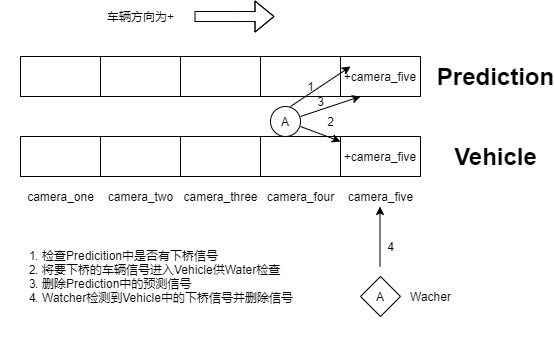
The draw.io diagram image/QuitBridge.png in JosiahDan/danger-goods-vehicle, before a commit. Source tidied: cells renumbered, new cells last; positions are measured from the earlier drawing's top-left corner, leaving out a move shared by most shapes. Its diagram source:
```xml
<mxGraphModel>
  <root>
    <mxCell id="0" />
    <mxCell id="1" parent="0" />
    <mxCell id="2" style="rounded=0;whiteSpace=wrap;html=1;" parent="1" vertex="1">
      <mxGeometry x="20" y="50" width="80" height="40" as="geometry" />
    </mxCell>
    <mxCell id="3" style="rounded=0;whiteSpace=wrap;html=1;" parent="1" vertex="1">
      <mxGeometry x="100" y="50" width="80" height="40" as="geometry" />
    </mxCell>
    <mxCell id="4" style="rounded=0;whiteSpace=wrap;html=1;" parent="1" vertex="1">
      <mxGeometry x="180" y="50" width="80" height="40" as="geometry" />
    </mxCell>
    <mxCell id="5" style="rounded=0;whiteSpace=wrap;html=1;" parent="1" vertex="1">
      <mxGeometry x="260" y="50" width="80" height="40" as="geometry" />
    </mxCell>
    <mxCell id="6" value="+camera_five" style="rounded=0;whiteSpace=wrap;html=1;" parent="1" vertex="1">
      <mxGeometry x="340" y="50" width="80" height="40" as="geometry" />
    </mxCell>
    <mxCell id="7" value="Prediction&lt;br&gt;" style="text;strokeColor=none;fillColor=none;html=1;fontSize=24;fontStyle=1;verticalAlign=middle;align=center;" parent="1" vertex="1">
      <mxGeometry x="470" y="55" width="50" height="30" as="geometry" />
    </mxCell>
    <mxCell id="8" style="rounded=0;whiteSpace=wrap;html=1;" parent="1" vertex="1">
      <mxGeometry x="20" y="130" width="80" height="40" as="geometry" />
    </mxCell>
    <mxCell id="9" style="rounded=0;whiteSpace=wrap;html=1;" parent="1" vertex="1">
      <mxGeometry x="100" y="130" width="80" height="40" as="geometry" />
    </mxCell>
    <mxCell id="10" style="rounded=0;whiteSpace=wrap;html=1;" parent="1" vertex="1">
      <mxGeometry x="180" y="130" width="80" height="40" as="geometry" />
    </mxCell>
    <mxCell id="11" style="rounded=0;whiteSpace=wrap;html=1;" parent="1" vertex="1">
      <mxGeometry x="260" y="130" width="80" height="40" as="geometry" />
    </mxCell>
    <mxCell id="12" value="+camera_five" style="rounded=0;whiteSpace=wrap;html=1;" parent="1" vertex="1">
      <mxGeometry x="340" y="130" width="80" height="40" as="geometry" />
    </mxCell>
    <mxCell id="13" value="Vehicle" style="text;strokeColor=none;fillColor=none;html=1;fontSize=24;fontStyle=1;verticalAlign=middle;align=center;" parent="1" vertex="1">
      <mxGeometry x="445" y="130" width="100" height="40" as="geometry" />
    </mxCell>
    <mxCell id="14" style="shape=flexArrow;endArrow=classic;html=1;" parent="1" edge="1">
      <mxGeometry relative="1" as="geometry">
        <mxPoint x="194" y="10" as="sourcePoint" />
        <mxPoint x="274" y="10" as="targetPoint" />
        <Array as="points">
          <mxPoint x="234" y="10" />
        </Array>
      </mxGeometry>
    </mxCell>
    <mxCell id="15" value="camera_one" style="text;html=1;align=center;verticalAlign=middle;strokeColor=none;fillColor=none;" parent="1" vertex="1">
      <mxGeometry x="20" y="180" width="80" height="20" as="geometry" />
    </mxCell>
    <mxCell id="16" value="camera_two" style="text;html=1;align=center;verticalAlign=middle;strokeColor=none;fillColor=none;" parent="1" vertex="1">
      <mxGeometry x="100" y="180" width="80" height="20" as="geometry" />
    </mxCell>
    <mxCell id="17" value="camera_three" style="text;html=1;align=center;verticalAlign=middle;strokeColor=none;fillColor=none;" parent="1" vertex="1">
      <mxGeometry x="175" y="180" width="90" height="20" as="geometry" />
    </mxCell>
    <mxCell id="18" value="camera_four" style="text;html=1;align=center;verticalAlign=middle;strokeColor=none;fillColor=none;" parent="1" vertex="1">
      <mxGeometry x="260" y="180" width="80" height="20" as="geometry" />
    </mxCell>
    <mxCell id="19" value="camera_five" style="text;html=1;align=center;verticalAlign=middle;strokeColor=none;fillColor=none;" parent="1" vertex="1">
      <mxGeometry x="340" y="180" width="80" height="20" as="geometry" />
    </mxCell>
    <mxCell id="20" value="车辆方向为+" style="text;html=1;align=center;verticalAlign=middle;strokeColor=none;fillColor=none;" parent="1" vertex="1">
      <mxGeometry x="100" width="80" height="20" as="geometry" />
    </mxCell>
    <mxCell id="21" value="A" style="ellipse;whiteSpace=wrap;html=1;" parent="1" vertex="1">
      <mxGeometry x="270" y="100" width="30" height="30" as="geometry" />
    </mxCell>
    <mxCell id="22" style="endArrow=classic;html=1;entryX=0.25;entryY=1;entryDx=0;entryDy=0;" parent="1" edge="1" target="6">
      <mxGeometry relative="1" as="geometry">
        <mxPoint x="300" y="110" as="sourcePoint" />
      </mxGeometry>
    </mxCell>
    <mxCell id="23" style="endArrow=classic;html=1;" parent="1" edge="1" target="12">
      <mxGeometry relative="1" as="geometry">
        <mxPoint x="300" y="120" as="sourcePoint" />
      </mxGeometry>
    </mxCell>
    <mxCell id="24" value="1" style="text;html=1;align=center;verticalAlign=middle;strokeColor=none;fillColor=none;" parent="1" vertex="1">
      <mxGeometry x="300" y="70" width="20" height="20" as="geometry" />
    </mxCell>
    <mxCell id="25" value="2" style="text;html=1;align=center;verticalAlign=middle;strokeColor=none;fillColor=none;" parent="1" vertex="1">
      <mxGeometry x="320" y="105" width="20" height="20" as="geometry" />
    </mxCell>
    <mxCell id="26" value="A" style="rhombus;whiteSpace=wrap;html=1;" parent="1" vertex="1">
      <mxGeometry x="360" y="270" width="40" height="40" as="geometry" />
    </mxCell>
    <mxCell id="27" value="Wacher" style="text;html=1;align=center;verticalAlign=middle;strokeColor=none;fillColor=none;" parent="1" vertex="1">
      <mxGeometry x="400" y="280" width="60" height="20" as="geometry" />
    </mxCell>
    <mxCell id="28" style="endArrow=classic;html=1;" parent="1" edge="1">
      <mxGeometry relative="1" as="geometry">
        <mxPoint x="379.5" y="260" as="sourcePoint" />
        <mxPoint x="379.5" y="200" as="targetPoint" />
      </mxGeometry>
    </mxCell>
    <mxCell id="29" value="3" style="text;html=1;align=center;verticalAlign=middle;strokeColor=none;fillColor=none;" parent="1" vertex="1">
      <mxGeometry x="310" y="85" width="20" height="20" as="geometry" />
    </mxCell>
    <mxCell id="30" style="endArrow=classic;html=1;" parent="1" edge="1">
      <mxGeometry relative="1" as="geometry">
        <mxPoint x="290" y="100" as="sourcePoint" />
        <mxPoint x="350" y="60" as="targetPoint" />
      </mxGeometry>
    </mxCell>
    <mxCell id="31" value="4" style="text;html=1;align=center;verticalAlign=middle;strokeColor=none;" parent="1" vertex="1">
      <mxGeometry x="380" y="230" width="20" height="20" as="geometry" />
    </mxCell>
    <mxCell id="32" value="&lt;ol&gt;&lt;li&gt;检查Predicition中是否有下桥信号&lt;/li&gt;&lt;li&gt;将要下桥的车辆信号进入Vehicle供Water检查&lt;/li&gt;&lt;li&gt;删除Prediction中的预测信号&lt;/li&gt;&lt;li&gt;Watcher检测到Vehicle中的下桥信号并删除信号&lt;/li&gt;&lt;/ol&gt;" style="text;strokeColor=none;fillColor=none;html=1;whiteSpace=wrap;verticalAlign=middle;overflow=hidden;" parent="1" vertex="1">
      <mxGeometry y="210" width="300" height="120" as="geometry" />
    </mxCell>
  </root>
</mxGraphModel>
```
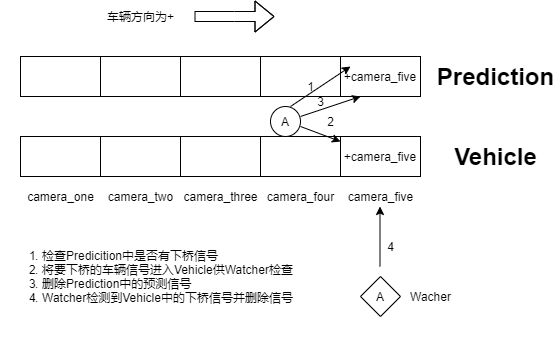
The same diagram one commit later.

Commit message:
车辆下桥检测

The edit, as a diff of the source:
```diff
@@ -108,7 +108,7 @@
     <mxCell id="31" value="4" style="text;html=1;align=center;verticalAlign=middle;strokeColor=none;" parent="1" vertex="1">
       <mxGeometry x="380" y="230" width="20" height="20" as="geometry" />
     </mxCell>
-    <mxCell id="32" value="&lt;ol&gt;&lt;li&gt;检查Predicition中是否有下桥信号&lt;/li&gt;&lt;li&gt;将要下桥的车辆信号进入Vehicle供Water检查&lt;/li&gt;&lt;li&gt;删除Prediction中的预测信号&lt;/li&gt;&lt;li&gt;Watcher检测到Vehicle中的下桥信号并删除信号&lt;/li&gt;&lt;/ol&gt;" style="text;strokeColor=none;fillColor=none;html=1;whiteSpace=wrap;verticalAlign=middle;overflow=hidden;" parent="1" vertex="1">
+    <mxCell id="32" value="&lt;ol&gt;&lt;li&gt;检查Predicition中是否有下桥信号&lt;/li&gt;&lt;li&gt;将要下桥的车辆信号进入Vehicle供Watcher检查&lt;/li&gt;&lt;li&gt;删除Prediction中的预测信号&lt;/li&gt;&lt;li&gt;Watcher检测到Vehicle中的下桥信号并删除信号&lt;/li&gt;&lt;/ol&gt;" style="text;strokeColor=none;fillColor=none;html=1;whiteSpace=wrap;verticalAlign=middle;overflow=hidden;" parent="1" vertex="1">
       <mxGeometry y="210" width="300" height="120" as="geometry" />
     </mxCell>
   </root>
```
